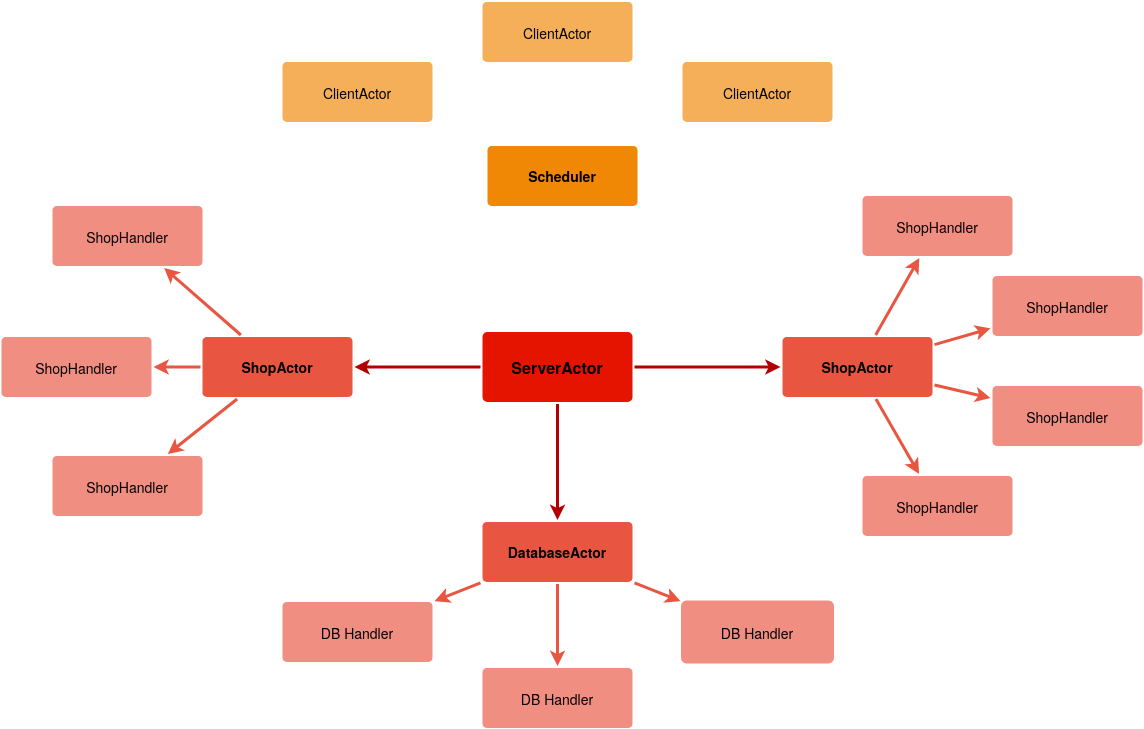
This is akka-shop/img/akka-system.png from m00lecule/distributed-systems, a draw.io export, as it was before one commit. Source tidied: cells renumbered, new cells last; positions are measured from the earlier drawing's top-left corner, leaving out a move shared by most shapes.
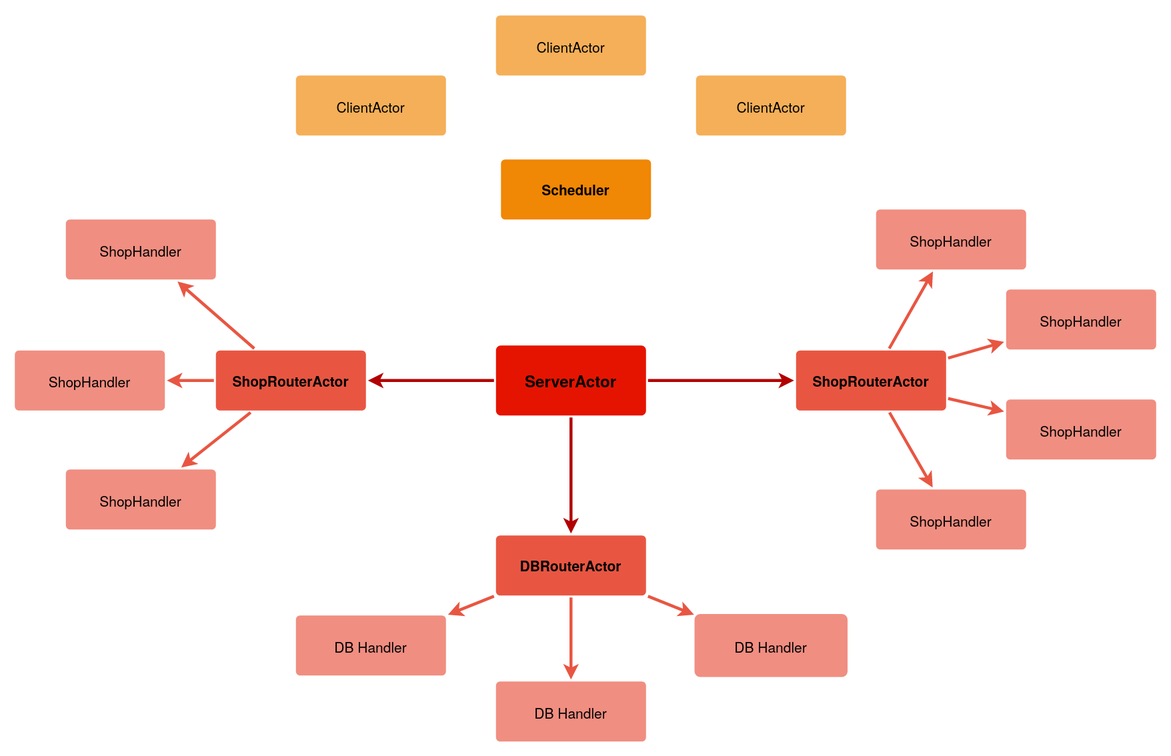
Later version of the same file.

Change to the diagram source:
```diff
@@ -23,7 +23,7 @@
     <mxCell id="8" style="edgeStyle=none;rounded=1;jumpStyle=none;html=1;shadow=0;labelBackgroundColor=none;startArrow=none;startFill=0;jettySize=auto;strokeColor=#E85642;strokeWidth=3;fontFamily=Helvetica;fontSize=14;fontColor=#000000;spacing=5;fontStyle=1;fillColor=#b0e3e6;" parent="1" edge="1" source="9" target="10">
       <mxGeometry relative="1" as="geometry" />
     </mxCell>
-    <mxCell id="9" value="ShopActor" style="rounded=1;whiteSpace=wrap;html=1;shadow=0;labelBackgroundColor=none;strokeColor=none;strokeWidth=3;fillColor=#e85642;fontFamily=Helvetica;fontSize=14;fontColor=#000000;align=center;spacing=5;fontStyle=1;arcSize=7;perimeterSpacing=2;" parent="1" vertex="1">
+    <mxCell id="9" value="&lt;div&gt;ShopRouterActor&lt;/div&gt;" style="rounded=1;whiteSpace=wrap;html=1;shadow=0;labelBackgroundColor=none;strokeColor=none;strokeWidth=3;fillColor=#e85642;fontFamily=Helvetica;fontSize=14;fontColor=#000000;align=center;spacing=5;fontStyle=1;arcSize=7;perimeterSpacing=2;" parent="1" vertex="1">
       <mxGeometry x="201" y="335.5" width="150" height="60" as="geometry" />
     </mxCell>
     <mxCell id="10" value="ShopHandler" style="rounded=1;whiteSpace=wrap;html=1;shadow=0;labelBackgroundColor=none;strokeColor=none;strokeWidth=3;fillColor=#f08e81;fontFamily=Helvetica;fontSize=14;fontColor=#000000;align=center;spacing=5;fontStyle=0;arcSize=7;perimeterSpacing=2;" parent="1" vertex="1">
@@ -44,7 +44,7 @@
     <mxCell id="15" style="edgeStyle=none;rounded=0;jumpStyle=none;html=1;shadow=0;labelBackgroundColor=none;startArrow=none;startFill=0;endArrow=classic;endFill=1;jettySize=auto;strokeColor=#E85642;strokeWidth=3;fontFamily=Helvetica;fontSize=14;fontColor=#000000;spacing=5;" parent="1" edge="1" source="16" target="17">
       <mxGeometry relative="1" as="geometry" />
     </mxCell>
-    <mxCell id="16" value="&lt;div&gt;DatabaseActor&lt;/div&gt;" style="rounded=1;whiteSpace=wrap;html=1;shadow=0;labelBackgroundColor=none;strokeColor=none;strokeWidth=3;fillColor=#E85642;fontFamily=Helvetica;fontSize=14;fontColor=#000000;align=center;spacing=5;fontStyle=1;arcSize=7;perimeterSpacing=2;" parent="1" vertex="1">
+    <mxCell id="16" value="&lt;div&gt;DBRouterActor&lt;/div&gt;" style="rounded=1;whiteSpace=wrap;html=1;shadow=0;labelBackgroundColor=none;strokeColor=none;strokeWidth=3;fillColor=#E85642;fontFamily=Helvetica;fontSize=14;fontColor=#000000;align=center;spacing=5;fontStyle=1;arcSize=7;perimeterSpacing=2;" parent="1" vertex="1">
       <mxGeometry x="481" y="520.5" width="150" height="60" as="geometry" />
     </mxCell>
     <mxCell id="17" value="&lt;font&gt;DB Handler&lt;/font&gt;" style="rounded=1;whiteSpace=wrap;html=1;shadow=0;labelBackgroundColor=none;strokeColor=#F08E81;strokeWidth=3;fillColor=#F08E81;fontFamily=Helvetica;fontSize=14;align=center;spacing=5;arcSize=7;perimeterSpacing=2;fontColor=#000000;" parent="1" vertex="1">
@@ -68,7 +68,7 @@
     <mxCell id="23" value="ClientActor" style="rounded=1;whiteSpace=wrap;html=1;shadow=0;labelBackgroundColor=none;strokeColor=none;strokeWidth=3;fillColor=#f5af58;fontFamily=Helvetica;fontSize=14;fontColor=#000000;align=center;spacing=5;arcSize=7;perimeterSpacing=2;" parent="1" vertex="1">
       <mxGeometry x="281" y="60.5" width="150" height="60" as="geometry" />
     </mxCell>
-    <mxCell id="24" value="ShopActor" style="rounded=1;whiteSpace=wrap;html=1;shadow=0;labelBackgroundColor=none;strokeColor=none;strokeWidth=3;fillColor=#E85642;fontFamily=Helvetica;fontSize=14;fontColor=#000000;align=center;spacing=5;fontStyle=1;arcSize=7;perimeterSpacing=2;" parent="1" vertex="1">
+    <mxCell id="24" value="ShopRouterActor" style="rounded=1;whiteSpace=wrap;html=1;shadow=0;labelBackgroundColor=none;strokeColor=none;strokeWidth=3;fillColor=#E85642;fontFamily=Helvetica;fontSize=14;fontColor=#000000;align=center;spacing=5;fontStyle=1;arcSize=7;perimeterSpacing=2;" parent="1" vertex="1">
       <mxGeometry x="781" y="335.5" width="150" height="60" as="geometry" />
     </mxCell>
     <mxCell id="25" value="ShopHandler" style="rounded=1;whiteSpace=wrap;html=1;shadow=0;labelBackgroundColor=none;strokeColor=none;strokeWidth=3;fillColor=#F08E81;fontFamily=Helvetica;fontSize=14;fontColor=#000000;align=center;spacing=5;fontStyle=0;arcSize=7;perimeterSpacing=2;" parent="1" vertex="1">
```
